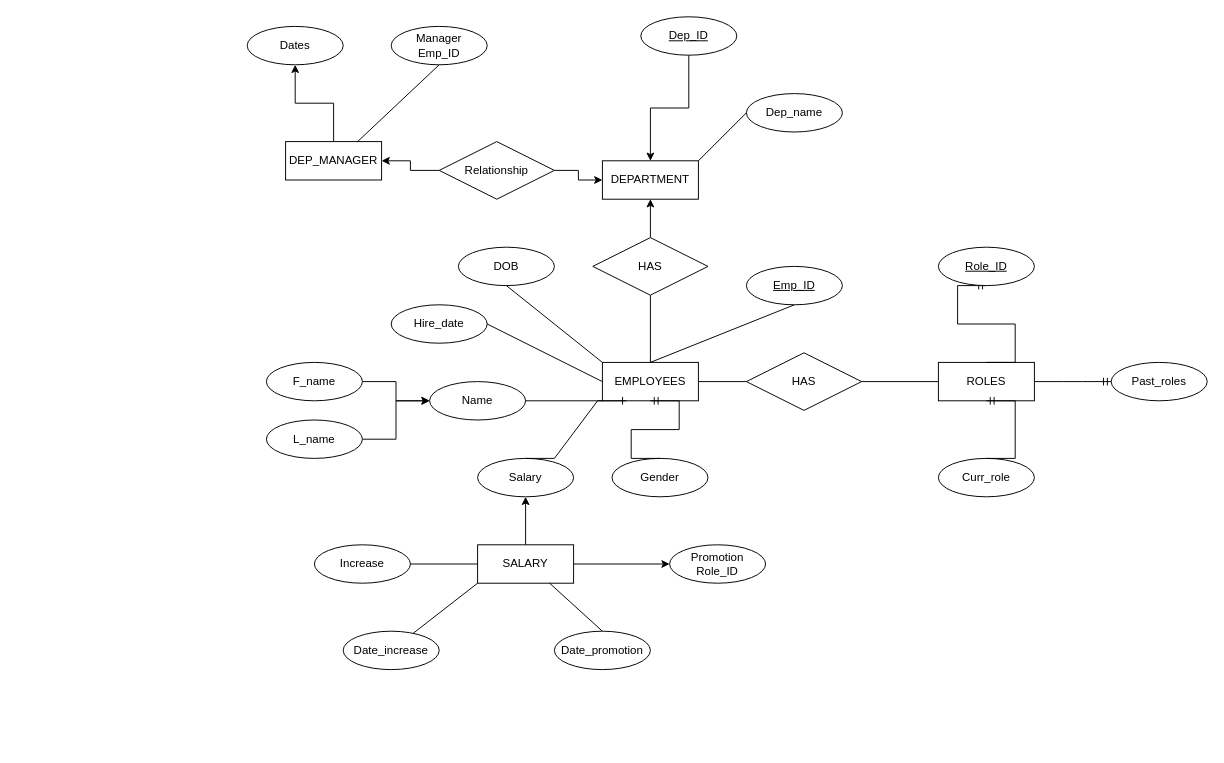
The draw.io diagram CA1.drawio in LucasHxC/webdev_lab, before the edit. Source tidied: cells renumbered, new cells numbered last; positions are measured from the earlier drawing's top-left corner, leaving out a move shared by most shapes. Both pictures are drawn from the tidied source at 96%, with x=0, y=0 at pixel (247, 16).
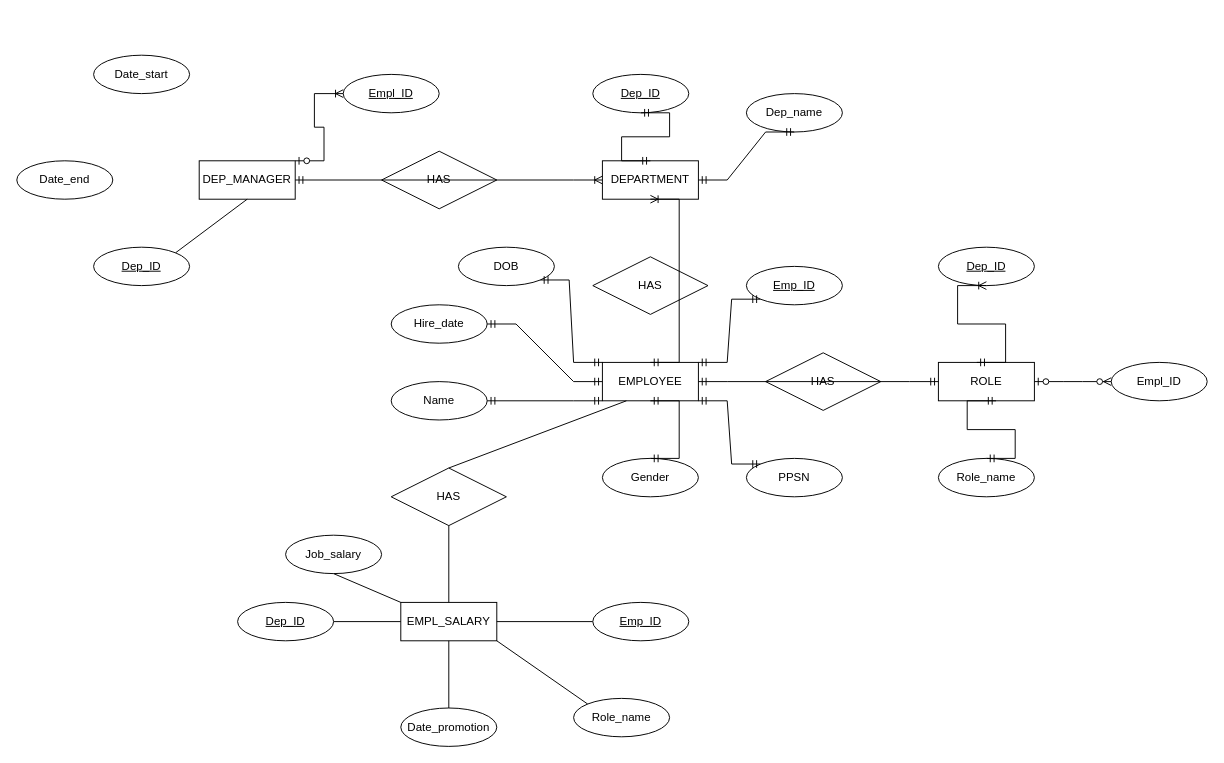
Above is the later version.

Unchanged cells that the change refers to:
```xml
<mxCell id="3" value="Emp_ID" style="ellipse;whiteSpace=wrap;html=1;align=center;fontStyle=4;" parent="1" vertex="1">
  <mxGeometry x="520" y="260" width="100" height="40" as="geometry" />
</mxCell>
<mxCell id="5" value="DOB" style="ellipse;whiteSpace=wrap;html=1;align=center;" parent="1" vertex="1">
  <mxGeometry x="220" y="240" width="100" height="40" as="geometry" />
</mxCell>
<mxCell id="8" value="Hire_date" style="ellipse;whiteSpace=wrap;html=1;align=center;" parent="1" vertex="1">
  <mxGeometry x="150" y="300" width="100" height="40" as="geometry" />
</mxCell>
<mxCell id="24" value="DEPARTMENT" style="whiteSpace=wrap;html=1;align=center;" parent="1" vertex="1">
  <mxGeometry x="370" y="150" width="100" height="40" as="geometry" />
</mxCell>
<mxCell id="32" value="Dep_name" style="ellipse;whiteSpace=wrap;html=1;align=center;" parent="1" vertex="1">
  <mxGeometry x="520" y="80" width="100" height="40" as="geometry" />
</mxCell>
```

Diff of the diagram source:
```diff
@@
-    <mxCell id="2" value="EMPLOYEES" style="whiteSpace=wrap;html=1;align=center;" parent="1" vertex="1">
+    <mxCell id="2" value="EMPLOYEE" style="whiteSpace=wrap;html=1;align=center;" parent="1" vertex="1">
       <mxGeometry x="370" y="360" width="100" height="40" as="geometry" />
     </mxCell>
@@
     <mxCell id="4" value="Name" style="ellipse;whiteSpace=wrap;html=1;align=center;" parent="1" vertex="1">
-      <mxGeometry x="190" y="380" width="100" height="40" as="geometry" />
+      <mxGeometry x="150" y="380" width="100" height="40" as="geometry" />
     </mxCell>
@@
     <mxCell id="6" value="Gender" style="ellipse;whiteSpace=wrap;html=1;align=center;" parent="1" vertex="1">
-      <mxGeometry x="380" y="460" width="100" height="40" as="geometry" />
+      <mxGeometry x="370" y="460" width="100" height="40" as="geometry" />
     </mxCell>
-    <mxCell id="7" value="Salary" style="ellipse;whiteSpace=wrap;html=1;align=center;" parent="1" vertex="1">
-      <mxGeometry x="240" y="460" width="100" height="40" as="geometry" />
+    <mxCell id="7" value="Job_salary" style="ellipse;whiteSpace=wrap;html=1;align=center;" parent="1" vertex="1">
+      <mxGeometry x="40" y="540" width="100" height="40" as="geometry" />
     </mxCell>
@@
-    <mxCell id="9" value="ROLES" style="whiteSpace=wrap;html=1;align=center;" parent="1" vertex="1">
+    <mxCell id="9" value="ROLE" style="whiteSpace=wrap;html=1;align=center;" parent="1" vertex="1">
       <mxGeometry x="720" y="360" width="100" height="40" as="geometry" />
     </mxCell>
     <mxCell id="10" value="HAS" style="shape=rhombus;perimeter=rhombusPerimeter;whiteSpace=wrap;html=1;align=center;" parent="1" vertex="1">
-      <mxGeometry x="520" y="350" width="120" height="60" as="geometry" />
+      <mxGeometry x="540" y="350" width="120" height="60" as="geometry" />
     </mxCell>
-    <mxCell id="11" style="endArrow=none;html=1;rounded=0;exitX=1;exitY=0.5;exitDx=0;exitDy=0;entryX=0;entryY=0.5;entryDx=0;entryDy=0;" parent="1" edge="1" source="2" target="10">
-      <mxGeometry relative="1" as="geometry" />
-    </mxCell>
-    <mxCell id="12" style="endArrow=none;html=1;rounded=0;exitX=1;exitY=0.5;exitDx=0;exitDy=0;entryX=0;entryY=0.5;entryDx=0;entryDy=0;" parent="1" edge="1" source="10" target="9">
-      <mxGeometry relative="1" as="geometry" />
-    </mxCell>
-    <mxCell id="13" style="endArrow=none;html=1;rounded=0;exitX=0.5;exitY=1;exitDx=0;exitDy=0;entryX=0.5;entryY=0;entryDx=0;entryDy=0;" parent="1" edge="1" source="3" target="2">
-      <mxGeometry relative="1" as="geometry" />
-    </mxCell>
-    <mxCell id="14" style="endArrow=none;html=1;rounded=0;exitX=0.5;exitY=1;exitDx=0;exitDy=0;entryX=0;entryY=0;entryDx=0;entryDy=0;" parent="1" edge="1" source="5" target="2">
-      <mxGeometry relative="1" as="geometry" />
-    </mxCell>
-    <mxCell id="15" style="endArrow=none;html=1;rounded=0;exitX=1;exitY=0.5;exitDx=0;exitDy=0;entryX=0;entryY=0.5;entryDx=0;entryDy=0;" parent="1" edge="1" source="8" target="2">
-      <mxGeometry relative="1" as="geometry" />
-    </mxCell>
-    <mxCell id="16" style="endArrow=none;html=1;rounded=0;exitX=1;exitY=0.5;exitDx=0;exitDy=0;entryX=0;entryY=1;entryDx=0;entryDy=0;" parent="1" edge="1" source="4" target="2">
-      <mxGeometry relative="1" as="geometry" />
-    </mxCell>
-    <mxCell id="17" value="Curr_role" style="ellipse;whiteSpace=wrap;html=1;align=center;" parent="1" vertex="1">
+    <mxCell id="17" value="Role_name" style="ellipse;whiteSpace=wrap;html=1;align=center;" parent="1" vertex="1">
       <mxGeometry x="720" y="460" width="100" height="40" as="geometry" />
     </mxCell>
-    <mxCell id="18" value="Past_roles" style="ellipse;whiteSpace=wrap;html=1;align=center;" parent="1" vertex="1">
+    <mxCell id="18" value="Empl_ID" style="ellipse;whiteSpace=wrap;html=1;align=center;" parent="1" vertex="1">
       <mxGeometry x="900" y="360" width="100" height="40" as="geometry" />
     </mxCell>
-    <mxCell id="19" style="edgeStyle=entityRelationEdgeStyle;fontSize=12;html=1;endArrow=ERone;endFill=1;rounded=0;exitX=0.5;exitY=0;exitDx=0;exitDy=0;entryX=0.25;entryY=1;entryDx=0;entryDy=0;" parent="1" edge="1" source="7" target="2">
-      <mxGeometry relative="1" as="geometry" />
-    </mxCell>
-    <mxCell id="20" style="edgeStyle=entityRelationEdgeStyle;fontSize=12;html=1;endArrow=ERmandOne;rounded=0;exitX=0.5;exitY=0;exitDx=0;exitDy=0;entryX=0.5;entryY=1;entryDx=0;entryDy=0;" parent="1" edge="1" source="6" target="2">
-      <mxGeometry relative="1" as="geometry" />
-    </mxCell>
-    <mxCell id="21" style="edgeStyle=entityRelationEdgeStyle;fontSize=12;html=1;endArrow=ERmandOne;rounded=0;entryX=0.5;entryY=1;entryDx=0;entryDy=0;exitX=0.5;exitY=0;exitDx=0;exitDy=0;" parent="1" edge="1" source="9">
-      <mxGeometry relative="1" as="geometry">
-        <mxPoint x="770" y="280" as="targetPoint" />
-      </mxGeometry>
-    </mxCell>
-    <mxCell id="22" style="edgeStyle=entityRelationEdgeStyle;fontSize=12;html=1;endArrow=ERmandOne;rounded=0;entryX=0.5;entryY=1;entryDx=0;entryDy=0;exitX=0.5;exitY=0;exitDx=0;exitDy=0;" parent="1" edge="1" source="17" target="9">
-      <mxGeometry relative="1" as="geometry" />
-    </mxCell>
-    <mxCell id="23" style="edgeStyle=entityRelationEdgeStyle;fontSize=12;html=1;endArrow=ERmandOne;rounded=0;entryX=0;entryY=0.5;entryDx=0;entryDy=0;exitX=1;exitY=0.5;exitDx=0;exitDy=0;" parent="1" edge="1" source="9" target="18">
-      <mxGeometry relative="1" as="geometry" />
-    </mxCell>
@@
-    <mxCell id="25" style="edgeStyle=orthogonalEdgeStyle;rounded=0;jettySize=auto;html=1;" parent="1" edge="1" source="26" target="24">
-      <mxGeometry relative="1" as="geometry" />
-    </mxCell>
     <mxCell id="26" value="Dep_ID" style="ellipse;whiteSpace=wrap;html=1;align=center;fontStyle=4;" parent="1" vertex="1">
-      <mxGeometry x="410" width="100" height="40" as="geometry" />
+      <mxGeometry x="360" y="60" width="100" height="40" as="geometry" />
     </mxCell>
-    <mxCell id="27" style="edgeStyle=orthogonalEdgeStyle;rounded=0;jettySize=auto;html=1;" parent="1" edge="1" source="28" target="31">
-      <mxGeometry relative="1" as="geometry" />
-    </mxCell>
     <mxCell id="28" value="DEP_MANAGER" style="whiteSpace=wrap;html=1;align=center;" parent="1" vertex="1">
-      <mxGeometry x="40" y="130" width="100" height="40" as="geometry" />
+      <mxGeometry x="-50" y="150" width="100" height="40" as="geometry" />
     </mxCell>
-    <mxCell id="29" value="Manager&lt;br&gt;Emp_ID" style="ellipse;whiteSpace=wrap;html=1;align=center;" parent="1" vertex="1">
-      <mxGeometry x="150" y="10" width="100" height="40" as="geometry" />
-    </mxCell>
-    <mxCell id="30" value="Role_ID" style="ellipse;whiteSpace=wrap;html=1;align=center;fontStyle=4;" parent="1" vertex="1">
+    <mxCell id="30" value="Dep_ID" style="ellipse;whiteSpace=wrap;html=1;align=center;fontStyle=4;" parent="1" vertex="1">
       <mxGeometry x="720" y="240" width="100" height="40" as="geometry" />
     </mxCell>
-    <mxCell id="31" value="Dates" style="ellipse;whiteSpace=wrap;html=1;align=center;" parent="1" vertex="1">
-      <mxGeometry y="10" width="100" height="40" as="geometry" />
+    <mxCell id="31" value="Date_start" style="ellipse;whiteSpace=wrap;html=1;align=center;" parent="1" vertex="1">
+      <mxGeometry x="-160" y="40" width="100" height="40" as="geometry" />
     </mxCell>
@@
-    <mxCell id="33" style="edgeStyle=orthogonalEdgeStyle;rounded=0;jettySize=auto;html=1;" parent="1" edge="1" source="34" target="24">
-      <mxGeometry relative="1" as="geometry" />
-    </mxCell>
     <mxCell id="34" value="HAS" style="shape=rhombus;perimeter=rhombusPerimeter;whiteSpace=wrap;html=1;align=center;" parent="1" vertex="1">
-      <mxGeometry x="360" y="230" width="120" height="60" as="geometry" />
+      <mxGeometry x="360" y="250" width="120" height="60" as="geometry" />
     </mxCell>
-    <mxCell id="35" style="endArrow=none;html=1;rounded=0;entryX=0.5;entryY=1;entryDx=0;entryDy=0;" parent="1" edge="1" target="34">
-      <mxGeometry relative="1" as="geometry">
-        <mxPoint x="420" y="360" as="sourcePoint" />
-      </mxGeometry>
-    </mxCell>
-    <mxCell id="36" style="edgeStyle=orthogonalEdgeStyle;rounded=0;jettySize=auto;html=1;" parent="1" edge="1" source="38" target="24">
-      <mxGeometry relative="1" as="geometry" />
-    </mxCell>
-    <mxCell id="37" style="edgeStyle=orthogonalEdgeStyle;rounded=0;jettySize=auto;html=1;" parent="1" edge="1" source="38" target="28">
-      <mxGeometry relative="1" as="geometry" />
-    </mxCell>
-    <mxCell id="38" value="Relationship" style="shape=rhombus;perimeter=rhombusPerimeter;whiteSpace=wrap;html=1;align=center;" parent="1" vertex="1">
-      <mxGeometry x="200" y="130" width="120" height="60" as="geometry" />
+    <mxCell id="38" value="HAS" style="shape=rhombus;perimeter=rhombusPerimeter;whiteSpace=wrap;html=1;align=center;" parent="1" vertex="1">
+      <mxGeometry x="140" y="140" width="120" height="60" as="geometry" />
     </mxCell>
-    <mxCell id="39" style="endArrow=none;html=1;rounded=0;exitX=0.75;exitY=0;exitDx=0;exitDy=0;entryX=0.5;entryY=1;entryDx=0;entryDy=0;" parent="1" edge="1" source="28" target="29">
-      <mxGeometry relative="1" as="geometry" />
-    </mxCell>
+    <mxCell id="47" value="EMPL_SALARY" style="whiteSpace=wrap;html=1;align=center;" parent="1" vertex="1">
+      <mxGeometry x="160" y="610" width="100" height="40" as="geometry" />
+    </mxCell>
+    <mxCell id="49" value="Date_promotion" style="ellipse;whiteSpace=wrap;html=1;align=center;" parent="1" vertex="1">
+      <mxGeometry x="160" y="720" width="100" height="40" as="geometry" />
+    </mxCell>
+    <mxCell id="52" style="endArrow=none;html=1;rounded=0;exitX=1;exitY=0.5;exitDx=0;exitDy=0;entryX=0;entryY=0.5;entryDx=0;entryDy=0;" parent="1" edge="1" target="47">
+      <mxGeometry relative="1" as="geometry">
+        <mxPoint x="90" y="630" as="sourcePoint" />
+      </mxGeometry>
+    </mxCell>
+    <mxCell id="54" style="endArrow=none;html=1;rounded=0;exitX=0.5;exitY=1;exitDx=0;exitDy=0;entryX=0.5;entryY=0;entryDx=0;entryDy=0;" parent="1" edge="1" source="47" target="49">
+      <mxGeometry relative="1" as="geometry" />
+    </mxCell>
+    <mxCell id="55" value="HAS" style="shape=rhombus;perimeter=rhombusPerimeter;whiteSpace=wrap;html=1;align=center;" parent="1" vertex="1">
+      <mxGeometry x="150" y="470" width="120" height="60" as="geometry" />
+    </mxCell>
+    <mxCell id="56" style="endArrow=none;html=1;rounded=0;exitX=0.5;exitY=0;exitDx=0;exitDy=0;entryX=0.25;entryY=1;entryDx=0;entryDy=0;" parent="1" edge="1" source="55" target="2">
+      <mxGeometry relative="1" as="geometry" />
+    </mxCell>
+    <mxCell id="45" style="endArrow=none;html=1;rounded=0;exitX=0;exitY=0;exitDx=0;exitDy=0;entryX=0.5;entryY=1;entryDx=0;entryDy=0;" parent="1" edge="1" source="47" target="7">
+      <mxGeometry relative="1" as="geometry" />
+    </mxCell>
+    <mxCell id="57" value="Dep_ID" style="ellipse;whiteSpace=wrap;html=1;align=center;fontStyle=4;" parent="1" vertex="1">
+      <mxGeometry x="-160" y="240" width="100" height="40" as="geometry" />
+    </mxCell>
+    <mxCell id="58" value="Date_end" style="ellipse;whiteSpace=wrap;html=1;align=center;" parent="1" vertex="1">
+      <mxGeometry x="-240" y="150" width="100" height="40" as="geometry" />
+    </mxCell>
+    <mxCell id="59" style="endArrow=none;html=1;rounded=0;exitX=1;exitY=0;exitDx=0;exitDy=0;entryX=0.5;entryY=1;entryDx=0;entryDy=0;" parent="1" edge="1" source="57" target="28">
+      <mxGeometry relative="1" as="geometry" />
+    </mxCell>
+    <mxCell id="60" value="Empl_ID" style="ellipse;whiteSpace=wrap;html=1;align=center;fontStyle=4;" parent="1" vertex="1">
+      <mxGeometry x="100" y="60" width="100" height="40" as="geometry" />
+    </mxCell>
+    <mxCell id="61" value="PPSN" style="ellipse;whiteSpace=wrap;html=1;align=center;" parent="1" vertex="1">
+      <mxGeometry x="520" y="460" width="100" height="40" as="geometry" />
+    </mxCell>
+    <mxCell id="62" style="endArrow=none;html=1;rounded=0;exitX=0.5;exitY=0;exitDx=0;exitDy=0;entryX=0.5;entryY=1;entryDx=0;entryDy=0;" parent="1" edge="1" source="47" target="55">
+      <mxGeometry relative="1" as="geometry" />
+    </mxCell>
+    <mxCell id="63" style="endArrow=none;html=1;rounded=0;exitX=1;exitY=0.5;exitDx=0;exitDy=0;entryX=0;entryY=0.5;entryDx=0;entryDy=0;" parent="1" edge="1" source="47">
+      <mxGeometry relative="1" as="geometry">
+        <mxPoint x="360" y="630" as="targetPoint" />
+      </mxGeometry>
+    </mxCell>
+    <mxCell id="64" value="Dep_ID" style="ellipse;whiteSpace=wrap;html=1;align=center;fontStyle=4;" parent="1" vertex="1">
+      <mxGeometry x="-10" y="610" width="100" height="40" as="geometry" />
+    </mxCell>
+    <mxCell id="65" value="Emp_ID" style="ellipse;whiteSpace=wrap;html=1;align=center;fontStyle=4;" parent="1" vertex="1">
+      <mxGeometry x="360" y="610" width="100" height="40" as="geometry" />
+    </mxCell>
+    <mxCell id="66" value="Role_name" style="ellipse;whiteSpace=wrap;html=1;align=center;" parent="1" vertex="1">
+      <mxGeometry x="340" y="710" width="100" height="40" as="geometry" />
+    </mxCell>
+    <mxCell id="67" style="endArrow=none;html=1;rounded=0;exitX=1;exitY=1;exitDx=0;exitDy=0;entryX=0;entryY=0;entryDx=0;entryDy=0;" parent="1" edge="1" source="47" target="66">
+      <mxGeometry relative="1" as="geometry" />
+    </mxCell>
+    <mxCell id="68" style="edgeStyle=entityRelationEdgeStyle;fontSize=12;html=1;endArrow=ERmandOne;startArrow=ERmandOne;rounded=0;entryX=0;entryY=1;entryDx=0;entryDy=0;" parent="1" edge="1" target="2">
+      <mxGeometry relative="1" as="geometry">
+        <mxPoint x="250" y="400" as="sourcePoint" />
+      </mxGeometry>
+    </mxCell>
+    <mxCell id="15" style="edgeStyle=entityRelationEdgeStyle;fontSize=12;html=1;endArrow=ERmandOne;startArrow=ERmandOne;rounded=0;entryX=0;entryY=0.5;entryDx=0;entryDy=0;" parent="1" edge="1" source="8" target="2">
+      <mxGeometry relative="1" as="geometry" />
+    </mxCell>
+    <mxCell id="69" style="edgeStyle=entityRelationEdgeStyle;fontSize=12;html=1;endArrow=ERmandOne;startArrow=ERmandOne;rounded=0;entryX=1;entryY=1;entryDx=0;entryDy=0;exitX=0;exitY=0;exitDx=0;exitDy=0;" parent="1" edge="1" source="2" target="5">
+      <mxGeometry relative="1" as="geometry" />
+    </mxCell>
+    <mxCell id="20" style="edgeStyle=entityRelationEdgeStyle;fontSize=12;html=1;endArrow=ERmandOne;startArrow=ERmandOne;rounded=0;entryX=0.5;entryY=1;entryDx=0;entryDy=0;exitX=0.5;exitY=0;exitDx=0;exitDy=0;" parent="1" edge="1" source="6" target="2">
+      <mxGeometry relative="1" as="geometry" />
+    </mxCell>
+    <mxCell id="70" style="edgeStyle=entityRelationEdgeStyle;fontSize=12;html=1;endArrow=ERmandOne;startArrow=ERmandOne;rounded=0;exitX=0;exitY=0;exitDx=0;exitDy=0;entryX=1;entryY=1;entryDx=0;entryDy=0;" parent="1" edge="1" source="61" target="2">
+      <mxGeometry relative="1" as="geometry" />
+    </mxCell>
+    <mxCell id="71" style="edgeStyle=entityRelationEdgeStyle;fontSize=12;html=1;endArrow=ERmandOne;startArrow=ERmandOne;rounded=0;entryX=0;entryY=1;entryDx=0;entryDy=0;exitX=1;exitY=0;exitDx=0;exitDy=0;" parent="1" edge="1" source="2" target="3">
+      <mxGeometry relative="1" as="geometry" />
+    </mxCell>
+    <mxCell id="72" style="edgeStyle=entityRelationEdgeStyle;fontSize=12;html=1;endArrow=ERmandOne;startArrow=ERmandOne;rounded=0;exitX=1;exitY=0.5;exitDx=0;exitDy=0;entryX=0;entryY=0.5;entryDx=0;entryDy=0;" parent="1" edge="1" source="2" target="9">
+      <mxGeometry relative="1" as="geometry" />
+    </mxCell>
+    <mxCell id="73" style="edgeStyle=entityRelationEdgeStyle;fontSize=12;html=1;endArrow=ERoneToMany;startArrow=ERmandOne;rounded=0;entryX=0.5;entryY=1;entryDx=0;entryDy=0;" parent="1" edge="1" target="30">
+      <mxGeometry relative="1" as="geometry">
+        <mxPoint x="760" y="360" as="sourcePoint" />
+      </mxGeometry>
+    </mxCell>
+    <mxCell id="74" style="edgeStyle=entityRelationEdgeStyle;fontSize=12;html=1;endArrow=ERmandOne;startArrow=ERmandOne;rounded=0;exitX=0.5;exitY=0;exitDx=0;exitDy=0;" parent="1" edge="1" source="17">
+      <mxGeometry relative="1" as="geometry">
+        <mxPoint x="780" y="400" as="targetPoint" />
+      </mxGeometry>
+    </mxCell>
+    <mxCell id="23" style="edgeStyle=entityRelationEdgeStyle;fontSize=12;html=1;endArrow=ERzeroToMany;startArrow=ERzeroToOne;rounded=0;exitX=1;exitY=0.5;exitDx=0;exitDy=0;entryX=0;entryY=0.5;entryDx=0;entryDy=0;" parent="1" edge="1" source="9" target="18">
+      <mxGeometry relative="1" as="geometry" />
+    </mxCell>
+    <mxCell id="75" style="edgeStyle=entityRelationEdgeStyle;fontSize=12;html=1;endArrow=ERoneToMany;startArrow=ERmandOne;rounded=0;exitX=0.5;exitY=0;exitDx=0;exitDy=0;entryX=0.5;entryY=1;entryDx=0;entryDy=0;" parent="1" edge="1" source="2" target="24">
+      <mxGeometry relative="1" as="geometry" />
+    </mxCell>
+    <mxCell id="76" style="edgeStyle=entityRelationEdgeStyle;fontSize=12;html=1;endArrow=ERmandOne;startArrow=ERmandOne;rounded=0;exitX=0.5;exitY=0;exitDx=0;exitDy=0;entryX=0.5;entryY=1;entryDx=0;entryDy=0;" parent="1" edge="1" source="24" target="26">
+      <mxGeometry relative="1" as="geometry" />
+    </mxCell>
-    <mxCell id="40" style="endArrow=none;html=1;rounded=0;entryX=0;entryY=0.5;entryDx=0;entryDy=0;exitX=1;exitY=0;exitDx=0;exitDy=0;" parent="1" edge="1" source="24" target="32">
+    <mxCell id="40" style="edgeStyle=entityRelationEdgeStyle;fontSize=12;html=1;endArrow=ERmandOne;startArrow=ERmandOne;rounded=0;entryX=0.5;entryY=1;entryDx=0;entryDy=0;" parent="1" edge="1" source="24" target="32">
       <mxGeometry relative="1" as="geometry" />
     </mxCell>
-    <mxCell id="41" style="edgeStyle=orthogonalEdgeStyle;rounded=0;jettySize=auto;html=1;" parent="1" edge="1" source="42" target="4">
-      <mxGeometry relative="1" as="geometry" />
-    </mxCell>
-    <mxCell id="42" value="F_name" style="ellipse;whiteSpace=wrap;html=1;align=center;" parent="1" vertex="1">
-      <mxGeometry x="20" y="360" width="100" height="40" as="geometry" />
-    </mxCell>
-    <mxCell id="43" style="edgeStyle=orthogonalEdgeStyle;rounded=0;jettySize=auto;html=1;" parent="1" edge="1" source="44" target="4">
-      <mxGeometry relative="1" as="geometry" />
-    </mxCell>
-    <mxCell id="44" value="L_name" style="ellipse;whiteSpace=wrap;html=1;align=center;" parent="1" vertex="1">
-      <mxGeometry x="20" y="420" width="100" height="40" as="geometry" />
-    </mxCell>
-    <mxCell id="45" style="edgeStyle=orthogonalEdgeStyle;rounded=0;jettySize=auto;html=1;" parent="1" edge="1" source="47" target="7">
-      <mxGeometry relative="1" as="geometry" />
-    </mxCell>
-    <mxCell id="46" style="edgeStyle=orthogonalEdgeStyle;rounded=0;jettySize=auto;html=1;" parent="1" edge="1" source="47" target="48">
-      <mxGeometry relative="1" as="geometry" />
-    </mxCell>
-    <mxCell id="47" value="SALARY" style="whiteSpace=wrap;html=1;align=center;" parent="1" vertex="1">
-      <mxGeometry x="240" y="550" width="100" height="40" as="geometry" />
-    </mxCell>
-    <mxCell id="48" value="Promotion&lt;br&gt;Role_ID" style="ellipse;whiteSpace=wrap;html=1;align=center;" parent="1" vertex="1">
-      <mxGeometry x="440" y="550" width="100" height="40" as="geometry" />
-    </mxCell>
-    <mxCell id="49" value="Date_promotion" style="ellipse;whiteSpace=wrap;html=1;align=center;" parent="1" vertex="1">
-      <mxGeometry x="320" y="640" width="100" height="40" as="geometry" />
-    </mxCell>
-    <mxCell id="50" value="Increase" style="ellipse;whiteSpace=wrap;html=1;align=center;" parent="1" vertex="1">
-      <mxGeometry x="70" y="550" width="100" height="40" as="geometry" />
-    </mxCell>
-    <mxCell id="51" value="Date_increase" style="ellipse;whiteSpace=wrap;html=1;align=center;" parent="1" vertex="1">
-      <mxGeometry x="100" y="640" width="100" height="40" as="geometry" />
-    </mxCell>
-    <mxCell id="52" style="endArrow=none;html=1;rounded=0;exitX=1;exitY=0.5;exitDx=0;exitDy=0;entryX=0;entryY=0.5;entryDx=0;entryDy=0;" parent="1" edge="1" source="50" target="47">
-      <mxGeometry relative="1" as="geometry" />
-    </mxCell>
-    <mxCell id="53" style="endArrow=none;html=1;rounded=0;entryX=0;entryY=1;entryDx=0;entryDy=0;" parent="1" edge="1" source="51" target="47">
-      <mxGeometry relative="1" as="geometry" />
-    </mxCell>
-    <mxCell id="54" style="endArrow=none;html=1;rounded=0;exitX=0.75;exitY=1;exitDx=0;exitDy=0;entryX=0.5;entryY=0;entryDx=0;entryDy=0;" parent="1" edge="1" source="47" target="49">
-      <mxGeometry relative="1" as="geometry" />
-    </mxCell>
+    <mxCell id="77" style="edgeStyle=entityRelationEdgeStyle;fontSize=12;html=1;endArrow=ERoneToMany;startArrow=ERmandOne;rounded=0;exitX=1;exitY=0.5;exitDx=0;exitDy=0;entryX=0;entryY=0.5;entryDx=0;entryDy=0;" parent="1" edge="1" source="28" target="24">
+      <mxGeometry relative="1" as="geometry" />
+    </mxCell>
+    <mxCell id="78" style="edgeStyle=entityRelationEdgeStyle;fontSize=12;html=1;endArrow=ERoneToMany;startArrow=ERzeroToOne;rounded=0;exitX=1;exitY=0;exitDx=0;exitDy=0;entryX=0;entryY=0.5;entryDx=0;entryDy=0;" parent="1" edge="1" source="28" target="60">
+      <mxGeometry relative="1" as="geometry" />
+    </mxCell>
```
